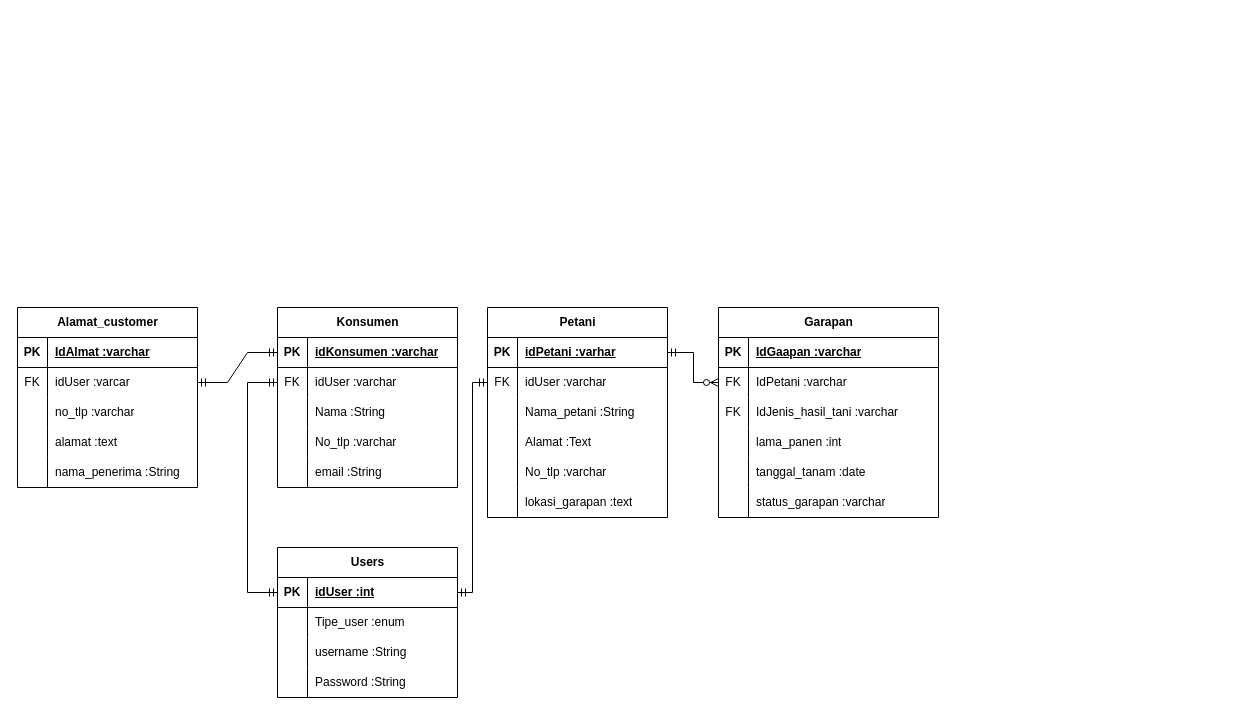
zzarr/Project3-design-diagram keeps this draw.io diagram as ERD.drawio. Above is the earlier version. Source tidied: cells renumbered, new cells numbered last; positions are measured from the earlier drawing's top-left corner, leaving out a move shared by most shapes. Both pictures are drawn from the tidied source at 100%, with x=0, y=0 at pixel (17, 287).
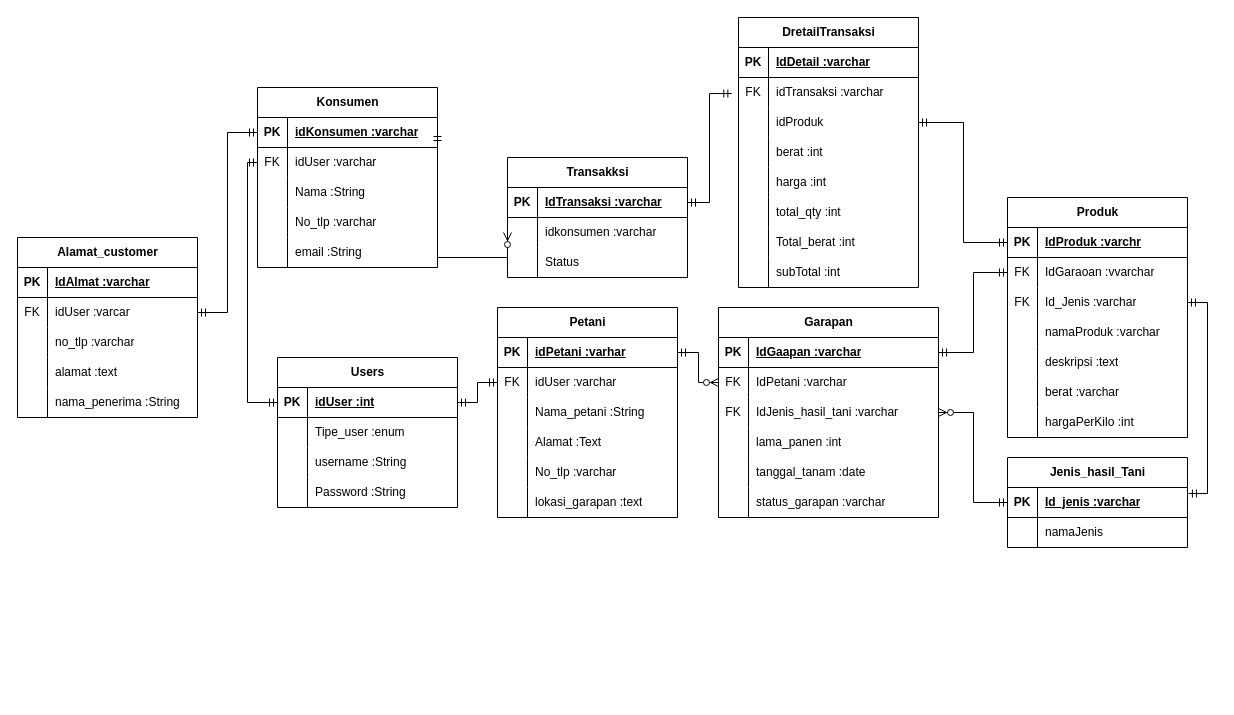
The same diagram, later.

Unchanged cells that the change refers to:
```xml
<mxCell id="35" style="shape=tableRow;horizontal=0;startSize=0;swimlaneHead=0;swimlaneBody=0;fillColor=none;points=[[0,0.5],[1,0.5]];portConstraint=eastwest;top=0;left=0;right=0;bottom=1;" parent="34" vertex="1">
  <mxGeometry y="30" width="180" height="30" as="geometry" />
</mxCell>
<mxCell id="54" style="shape=tableRow;horizontal=0;startSize=0;swimlaneHead=0;swimlaneBody=0;fillColor=none;points=[[0,0.5],[1,0.5]];portConstraint=eastwest;top=0;left=0;right=0;bottom=0;" parent="50" vertex="1">
  <mxGeometry y="60" width="180" height="30" as="geometry" />
</mxCell>
<mxCell id="70" style="shape=tableRow;horizontal=0;startSize=0;swimlaneHead=0;swimlaneBody=0;fillColor=none;points=[[0,0.5],[1,0.5]];portConstraint=eastwest;top=0;left=0;right=0;bottom=1;" parent="69" vertex="1">
  <mxGeometry y="30" width="220" height="30" as="geometry" />
</mxCell>
<mxCell id="76" style="shape=tableRow;horizontal=0;startSize=0;swimlaneHead=0;swimlaneBody=0;fillColor=none;points=[[0,0.5],[1,0.5]];portConstraint=eastwest;top=0;left=0;right=0;bottom=0;" parent="69" vertex="1">
  <mxGeometry y="90" width="220" height="30" as="geometry" />
</mxCell>
```

The edit, as a diff of the source:
```diff
@@
     <mxCell id="2" value="Users" style="shape=table;startSize=30;childLayout=tableLayout;rowLines=0;fontStyle=1;align=center;html=1;" parent="1" vertex="1">
-      <mxGeometry x="260" y="260" width="180" height="150" as="geometry" />
+      <mxGeometry x="260" y="70" width="180" height="150" as="geometry" />
     </mxCell>
@@
     <mxCell id="15" value="Petani" style="shape=table;startSize=30;childLayout=tableLayout;rowLines=0;fontStyle=1;align=center;html=1;" parent="1" vertex="1">
-      <mxGeometry x="470" y="20" width="180" height="210" as="geometry" />
+      <mxGeometry x="480" y="20" width="180" height="210" as="geometry" />
     </mxCell>
@@
     <mxCell id="34" value="Konsumen" style="shape=table;startSize=30;childLayout=tableLayout;rowLines=0;fontStyle=1;align=center;html=1;" parent="1" vertex="1">
-      <mxGeometry x="260" y="20" width="180" height="180" as="geometry" />
+      <mxGeometry x="240" y="-200" width="180" height="180" as="geometry" />
     </mxCell>
@@
     <mxCell id="50" value="Alamat_customer" style="shape=table;startSize=30;childLayout=tableLayout;rowLines=0;fontStyle=1;align=center;html=1;" parent="1" vertex="1">
-      <mxGeometry y="20" width="180" height="180" as="geometry" />
+      <mxGeometry y="-50" width="180" height="180" as="geometry" />
     </mxCell>
@@
-    <mxCell id="66" style="edgeStyle=entityRelationEdgeStyle;fontSize=12;html=1;endArrow=ERmandOne;startArrow=ERmandOne;rounded=0;exitX=1;exitY=0.5;exitDx=0;exitDy=0;entryX=0;entryY=0.5;entryDx=0;entryDy=0;" parent="1" edge="1" source="54" target="35">
+    <mxCell id="66" style="edgeStyle=elbowEdgeStyle;fontSize=12;html=1;endArrow=ERmandOne;startArrow=ERmandOne;rounded=0;exitX=1;exitY=0.5;exitDx=0;exitDy=0;entryX=0;entryY=0.5;entryDx=0;entryDy=0;" parent="1" edge="1" source="54" target="35">
       <mxGeometry relative="1" as="geometry" />
     </mxCell>
@@
+    <mxCell id="89" value="Jenis_hasil_Tani" style="shape=table;startSize=30;childLayout=tableLayout;rowLines=0;fontStyle=1;align=center;html=1;" parent="1" vertex="1">
+      <mxGeometry x="990" y="170" width="180" height="90" as="geometry" />
+    </mxCell>
+    <mxCell id="90" style="shape=tableRow;horizontal=0;startSize=0;swimlaneHead=0;swimlaneBody=0;fillColor=none;points=[[0,0.5],[1,0.5]];portConstraint=eastwest;top=0;left=0;right=0;bottom=1;" parent="89" vertex="1">
+      <mxGeometry y="30" width="180" height="30" as="geometry" />
+    </mxCell>
+    <mxCell id="91" value="PK" style="shape=partialRectangle;fillColor=none;top=0;left=0;bottom=0;right=0;fontStyle=1;overflow=hidden;whiteSpace=wrap;html=1;" parent="90" vertex="1">
+      <mxGeometry width="30" height="30" as="geometry" />
+    </mxCell>
+    <mxCell id="92" value="Id_jenis :varchar" style="shape=partialRectangle;fillColor=none;top=0;left=0;bottom=0;right=0;align=left;spacingLeft=6;fontStyle=5;overflow=hidden;whiteSpace=wrap;html=1;" parent="90" vertex="1">
+      <mxGeometry x="30" width="150" height="30" as="geometry" />
+    </mxCell>
+    <mxCell id="93" style="shape=tableRow;horizontal=0;startSize=0;swimlaneHead=0;swimlaneBody=0;fillColor=none;top=0;left=0;right=0;bottom=0;" parent="89" vertex="1">
+      <mxGeometry y="60" width="180" height="30" as="geometry" />
+    </mxCell>
+    <mxCell id="94" style="shape=partialRectangle;fillColor=none;top=0;left=0;bottom=0;right=0;overflow=hidden;whiteSpace=wrap;html=1;" parent="93" vertex="1">
+      <mxGeometry width="30" height="30" as="geometry" />
+    </mxCell>
+    <mxCell id="95" value="namaJenis" style="shape=partialRectangle;fillColor=none;top=0;left=0;bottom=0;right=0;align=left;spacingLeft=6;overflow=hidden;whiteSpace=wrap;html=1;" parent="93" vertex="1">
+      <mxGeometry x="30" width="150" height="30" as="geometry" />
+    </mxCell>
+    <mxCell id="96" style="edgeStyle=elbowEdgeStyle;fontSize=12;html=1;endArrow=ERzeroToMany;startArrow=ERmandOne;rounded=0;entryX=1;entryY=0.5;entryDx=0;entryDy=0;exitX=0;exitY=0.5;exitDx=0;exitDy=0;" parent="1" edge="1" source="90" target="76">
+      <mxGeometry relative="1" as="geometry" />
+    </mxCell>
+    <mxCell id="97" value="Produk" style="shape=table;startSize=30;childLayout=tableLayout;rowLines=0;fontStyle=1;align=center;html=1;" parent="1" vertex="1">
+      <mxGeometry x="990" y="-90" width="180" height="240" as="geometry" />
+    </mxCell>
+    <mxCell id="98" style="shape=tableRow;horizontal=0;startSize=0;swimlaneHead=0;swimlaneBody=0;fillColor=none;points=[[0,0.5],[1,0.5]];portConstraint=eastwest;top=0;left=0;right=0;bottom=1;" parent="97" vertex="1">
+      <mxGeometry y="30" width="180" height="30" as="geometry" />
+    </mxCell>
+    <mxCell id="99" value="PK" style="shape=partialRectangle;fillColor=none;top=0;left=0;bottom=0;right=0;fontStyle=1;overflow=hidden;whiteSpace=wrap;html=1;" parent="98" vertex="1">
+      <mxGeometry width="30" height="30" as="geometry" />
+    </mxCell>
+    <mxCell id="100" value="IdProduk :varchr" style="shape=partialRectangle;fillColor=none;top=0;left=0;bottom=0;right=0;align=left;spacingLeft=6;fontStyle=5;overflow=hidden;whiteSpace=wrap;html=1;" parent="98" vertex="1">
+      <mxGeometry x="30" width="150" height="30" as="geometry" />
+    </mxCell>
+    <mxCell id="101" style="shape=tableRow;horizontal=0;startSize=0;swimlaneHead=0;swimlaneBody=0;fillColor=none;points=[[0,0.5],[1,0.5]];portConstraint=eastwest;top=0;left=0;right=0;bottom=0;" parent="97" vertex="1">
+      <mxGeometry y="60" width="180" height="30" as="geometry" />
+    </mxCell>
+    <mxCell id="102" value="FK" style="shape=partialRectangle;fillColor=none;top=0;left=0;bottom=0;right=0;overflow=hidden;whiteSpace=wrap;html=1;" parent="101" vertex="1">
+      <mxGeometry width="30" height="30" as="geometry" />
+    </mxCell>
+    <mxCell id="103" value="IdGaraoan :vvarchar" style="shape=partialRectangle;fillColor=none;top=0;left=0;bottom=0;right=0;align=left;spacingLeft=6;overflow=hidden;whiteSpace=wrap;html=1;" parent="101" vertex="1">
+      <mxGeometry x="30" width="150" height="30" as="geometry" />
+    </mxCell>
+    <mxCell id="104" style="shape=tableRow;horizontal=0;startSize=0;swimlaneHead=0;swimlaneBody=0;fillColor=none;points=[[0,0.5],[1,0.5]];portConstraint=eastwest;top=0;left=0;right=0;bottom=0;" parent="97" vertex="1">
+      <mxGeometry y="90" width="180" height="30" as="geometry" />
+    </mxCell>
+    <mxCell id="105" value="FK" style="shape=partialRectangle;fillColor=none;top=0;left=0;bottom=0;right=0;overflow=hidden;whiteSpace=wrap;html=1;" parent="104" vertex="1">
+      <mxGeometry width="30" height="30" as="geometry" />
+    </mxCell>
+    <mxCell id="106" value="Id_Jenis :varchar" style="shape=partialRectangle;fillColor=none;top=0;left=0;bottom=0;right=0;align=left;spacingLeft=6;overflow=hidden;whiteSpace=wrap;html=1;" parent="104" vertex="1">
+      <mxGeometry x="30" width="150" height="30" as="geometry" />
+    </mxCell>
+    <mxCell id="107" style="shape=tableRow;horizontal=0;startSize=0;swimlaneHead=0;swimlaneBody=0;fillColor=none;top=0;left=0;right=0;bottom=0;" parent="97" vertex="1">
+      <mxGeometry y="120" width="180" height="30" as="geometry" />
+    </mxCell>
+    <mxCell id="108" style="shape=partialRectangle;fillColor=none;top=0;left=0;bottom=0;right=0;overflow=hidden;whiteSpace=wrap;html=1;" parent="107" vertex="1">
+      <mxGeometry width="30" height="30" as="geometry" />
+    </mxCell>
+    <mxCell id="109" value="namaProduk :varchar" style="shape=partialRectangle;fillColor=none;top=0;left=0;bottom=0;right=0;align=left;spacingLeft=6;overflow=hidden;whiteSpace=wrap;html=1;" parent="107" vertex="1">
+      <mxGeometry x="30" width="150" height="30" as="geometry" />
+    </mxCell>
+    <mxCell id="110" style="shape=tableRow;horizontal=0;startSize=0;swimlaneHead=0;swimlaneBody=0;fillColor=none;top=0;left=0;right=0;bottom=0;" parent="97" vertex="1">
+      <mxGeometry y="150" width="180" height="30" as="geometry" />
+    </mxCell>
+    <mxCell id="111" style="shape=partialRectangle;fillColor=none;top=0;left=0;bottom=0;right=0;overflow=hidden;whiteSpace=wrap;html=1;" parent="110" vertex="1">
+      <mxGeometry width="30" height="30" as="geometry" />
+    </mxCell>
+    <mxCell id="112" value="deskripsi :text" style="shape=partialRectangle;fillColor=none;top=0;left=0;bottom=0;right=0;align=left;spacingLeft=6;overflow=hidden;whiteSpace=wrap;html=1;" parent="110" vertex="1">
+      <mxGeometry x="30" width="150" height="30" as="geometry" />
+    </mxCell>
+    <mxCell id="113" style="shape=tableRow;horizontal=0;startSize=0;swimlaneHead=0;swimlaneBody=0;fillColor=none;top=0;left=0;right=0;bottom=0;" parent="97" vertex="1">
+      <mxGeometry y="180" width="180" height="30" as="geometry" />
+    </mxCell>
+    <mxCell id="114" style="shape=partialRectangle;fillColor=none;top=0;left=0;bottom=0;right=0;overflow=hidden;whiteSpace=wrap;html=1;" parent="113" vertex="1">
+      <mxGeometry width="30" height="30" as="geometry" />
+    </mxCell>
+    <mxCell id="115" value="berat :varchar" style="shape=partialRectangle;fillColor=none;top=0;left=0;bottom=0;right=0;align=left;spacingLeft=6;overflow=hidden;whiteSpace=wrap;html=1;" parent="113" vertex="1">
+      <mxGeometry x="30" width="150" height="30" as="geometry" />
+    </mxCell>
+    <mxCell id="116" style="shape=tableRow;horizontal=0;startSize=0;swimlaneHead=0;swimlaneBody=0;fillColor=none;top=0;left=0;right=0;bottom=0;" parent="97" vertex="1">
+      <mxGeometry y="210" width="180" height="30" as="geometry" />
+    </mxCell>
+    <mxCell id="117" style="shape=partialRectangle;fillColor=none;top=0;left=0;bottom=0;right=0;overflow=hidden;whiteSpace=wrap;html=1;" parent="116" vertex="1">
+      <mxGeometry width="30" height="30" as="geometry" />
+    </mxCell>
+    <mxCell id="118" value="hargaPerKilo :int" style="shape=partialRectangle;fillColor=none;top=0;left=0;bottom=0;right=0;align=left;spacingLeft=6;overflow=hidden;whiteSpace=wrap;html=1;" parent="116" vertex="1">
+      <mxGeometry x="30" width="150" height="30" as="geometry" />
+    </mxCell>
+    <mxCell id="119" style="edgeStyle=elbowEdgeStyle;fontSize=12;html=1;endArrow=ERmandOne;startArrow=ERmandOne;rounded=0;entryX=0;entryY=0.5;entryDx=0;entryDy=0;exitX=1;exitY=0.5;exitDx=0;exitDy=0;" parent="1" edge="1" source="70" target="101">
+      <mxGeometry relative="1" as="geometry" />
+    </mxCell>
+    <mxCell id="120" style="edgeStyle=elbowEdgeStyle;fontSize=12;html=1;endArrow=ERmandOne;startArrow=ERmandOne;rounded=0;entryX=1;entryY=0.5;entryDx=0;entryDy=0;exitX=1.005;exitY=0.202;exitDx=0;exitDy=0;exitPerimeter=0;" parent="1" edge="1" source="90" target="104">
+      <mxGeometry relative="1" as="geometry">
+        <Array as="points">
+          <mxPoint x="1190" y="110" />
+        </Array>
+      </mxGeometry>
+    </mxCell>
+    <mxCell id="121" value="Transakksi" style="shape=table;startSize=30;childLayout=tableLayout;rowLines=0;fontStyle=1;align=center;html=1;" parent="1" vertex="1">
+      <mxGeometry x="490" y="-130" width="180" height="120" as="geometry" />
+    </mxCell>
+    <mxCell id="122" style="shape=tableRow;horizontal=0;startSize=0;swimlaneHead=0;swimlaneBody=0;fillColor=none;points=[[0,0.5],[1,0.5]];portConstraint=eastwest;top=0;left=0;right=0;bottom=1;" parent="121" vertex="1">
+      <mxGeometry y="30" width="180" height="30" as="geometry" />
+    </mxCell>
+    <mxCell id="123" value="PK" style="shape=partialRectangle;fillColor=none;top=0;left=0;bottom=0;right=0;fontStyle=1;overflow=hidden;whiteSpace=wrap;html=1;" parent="122" vertex="1">
+      <mxGeometry width="30" height="30" as="geometry" />
+    </mxCell>
+    <mxCell id="124" value="IdTransaksi :varchar" style="shape=partialRectangle;fillColor=none;top=0;left=0;bottom=0;right=0;align=left;spacingLeft=6;fontStyle=5;overflow=hidden;whiteSpace=wrap;html=1;" parent="122" vertex="1">
+      <mxGeometry x="30" width="150" height="30" as="geometry" />
+    </mxCell>
+    <mxCell id="125" style="shape=tableRow;horizontal=0;startSize=0;swimlaneHead=0;swimlaneBody=0;fillColor=none;points=[[0,0.5],[1,0.5]];portConstraint=eastwest;top=0;left=0;right=0;bottom=0;" parent="121" vertex="1">
+      <mxGeometry y="60" width="180" height="30" as="geometry" />
+    </mxCell>
+    <mxCell id="126" style="shape=partialRectangle;fillColor=none;top=0;left=0;bottom=0;right=0;overflow=hidden;whiteSpace=wrap;html=1;" parent="125" vertex="1">
+      <mxGeometry width="30" height="30" as="geometry" />
+    </mxCell>
+    <mxCell id="127" value="idkonsumen :varchar" style="shape=partialRectangle;fillColor=none;top=0;left=0;bottom=0;right=0;align=left;spacingLeft=6;overflow=hidden;whiteSpace=wrap;html=1;" parent="125" vertex="1">
+      <mxGeometry x="30" width="150" height="30" as="geometry" />
+    </mxCell>
+    <mxCell id="128" style="shape=tableRow;horizontal=0;startSize=0;swimlaneHead=0;swimlaneBody=0;fillColor=none;top=0;left=0;right=0;bottom=0;" parent="121" vertex="1">
+      <mxGeometry y="90" width="180" height="30" as="geometry" />
+    </mxCell>
+    <mxCell id="129" style="shape=partialRectangle;fillColor=none;top=0;left=0;bottom=0;right=0;overflow=hidden;whiteSpace=wrap;html=1;" parent="128" vertex="1">
+      <mxGeometry width="30" height="30" as="geometry" />
+    </mxCell>
+    <mxCell id="130" value="Status" style="shape=partialRectangle;fillColor=none;top=0;left=0;bottom=0;right=0;align=left;spacingLeft=6;overflow=hidden;whiteSpace=wrap;html=1;" parent="128" vertex="1">
+      <mxGeometry x="30" width="150" height="30" as="geometry" />
+    </mxCell>
+    <mxCell id="131" style="edgeStyle=elbowEdgeStyle;fontSize=12;html=1;endArrow=ERzeroToMany;startArrow=ERmandOne;rounded=0;entryX=0;entryY=0.5;entryDx=0;entryDy=0;exitX=1;exitY=0.5;exitDx=0;exitDy=0;" parent="1" edge="1" source="35" target="125">
+      <mxGeometry relative="1" as="geometry">
+        <Array as="points">
+          <mxPoint x="460" y="-30" />
+        </Array>
+      </mxGeometry>
+    </mxCell>
+    <mxCell id="132" value="DretailTransaksi" style="shape=table;startSize=30;childLayout=tableLayout;rowLines=0;fontStyle=1;align=center;html=1;" parent="1" vertex="1">
+      <mxGeometry x="721" y="-270" width="180" height="270" as="geometry" />
+    </mxCell>
+    <mxCell id="133" style="shape=tableRow;horizontal=0;startSize=0;swimlaneHead=0;swimlaneBody=0;fillColor=none;top=0;left=0;right=0;bottom=1;" parent="132" vertex="1">
+      <mxGeometry y="30" width="180" height="30" as="geometry" />
+    </mxCell>
+    <mxCell id="134" value="PK" style="shape=partialRectangle;fillColor=none;top=0;left=0;bottom=0;right=0;fontStyle=1;overflow=hidden;whiteSpace=wrap;html=1;" parent="133" vertex="1">
+      <mxGeometry width="30" height="30" as="geometry" />
+    </mxCell>
+    <mxCell id="135" value="IdDetail :varchar" style="shape=partialRectangle;fillColor=none;top=0;left=0;bottom=0;right=0;align=left;spacingLeft=6;fontStyle=5;overflow=hidden;whiteSpace=wrap;html=1;" parent="133" vertex="1">
+      <mxGeometry x="30" width="150" height="30" as="geometry" />
+    </mxCell>
+    <mxCell id="136" style="shape=tableRow;horizontal=0;startSize=0;swimlaneHead=0;swimlaneBody=0;fillColor=none;points=[[0,0.5],[1,0.5]];portConstraint=eastwest;top=0;left=0;right=0;bottom=0;" parent="132" vertex="1">
+      <mxGeometry y="60" width="180" height="30" as="geometry" />
+    </mxCell>
+    <mxCell id="137" value="FK" style="shape=partialRectangle;fillColor=none;top=0;left=0;bottom=0;right=0;overflow=hidden;whiteSpace=wrap;html=1;" parent="136" vertex="1">
+      <mxGeometry width="30" height="30" as="geometry" />
+    </mxCell>
+    <mxCell id="138" value="idTransaksi :varchar" style="shape=partialRectangle;fillColor=none;top=0;left=0;bottom=0;right=0;align=left;spacingLeft=6;overflow=hidden;whiteSpace=wrap;html=1;" parent="136" vertex="1">
+      <mxGeometry x="30" width="150" height="30" as="geometry" />
+    </mxCell>
+    <mxCell id="139" style="shape=tableRow;horizontal=0;startSize=0;swimlaneHead=0;swimlaneBody=0;fillColor=none;points=[[0,0.5],[1,0.5]];portConstraint=eastwest;top=0;left=0;right=0;bottom=0;" parent="132" vertex="1">
+      <mxGeometry y="90" width="180" height="30" as="geometry" />
+    </mxCell>
+    <mxCell id="140" style="shape=partialRectangle;fillColor=none;top=0;left=0;bottom=0;right=0;overflow=hidden;whiteSpace=wrap;html=1;" parent="139" vertex="1">
+      <mxGeometry width="30" height="30" as="geometry" />
+    </mxCell>
+    <mxCell id="141" value="idProduk" style="shape=partialRectangle;fillColor=none;top=0;left=0;bottom=0;right=0;align=left;spacingLeft=6;overflow=hidden;whiteSpace=wrap;html=1;" parent="139" vertex="1">
+      <mxGeometry x="30" width="150" height="30" as="geometry" />
+    </mxCell>
+    <mxCell id="142" style="shape=tableRow;horizontal=0;startSize=0;swimlaneHead=0;swimlaneBody=0;fillColor=none;top=0;left=0;right=0;bottom=0;" parent="132" vertex="1">
+      <mxGeometry y="120" width="180" height="30" as="geometry" />
+    </mxCell>
+    <mxCell id="143" style="shape=partialRectangle;fillColor=none;top=0;left=0;bottom=0;right=0;overflow=hidden;whiteSpace=wrap;html=1;" parent="142" vertex="1">
+      <mxGeometry width="30" height="30" as="geometry" />
+    </mxCell>
+    <mxCell id="144" value="berat :int" style="shape=partialRectangle;fillColor=none;top=0;left=0;bottom=0;right=0;align=left;spacingLeft=6;overflow=hidden;whiteSpace=wrap;html=1;" parent="142" vertex="1">
+      <mxGeometry x="30" width="150" height="30" as="geometry" />
+    </mxCell>
+    <mxCell id="145" style="shape=tableRow;horizontal=0;startSize=0;swimlaneHead=0;swimlaneBody=0;fillColor=none;top=0;left=0;right=0;bottom=0;" parent="132" vertex="1">
+      <mxGeometry y="150" width="180" height="30" as="geometry" />
+    </mxCell>
+    <mxCell id="146" style="shape=partialRectangle;fillColor=none;top=0;left=0;bottom=0;right=0;overflow=hidden;whiteSpace=wrap;html=1;" parent="145" vertex="1">
+      <mxGeometry width="30" height="30" as="geometry" />
+    </mxCell>
+    <mxCell id="147" value="harga :int" style="shape=partialRectangle;fillColor=none;top=0;left=0;bottom=0;right=0;align=left;spacingLeft=6;overflow=hidden;whiteSpace=wrap;html=1;" parent="145" vertex="1">
+      <mxGeometry x="30" width="150" height="30" as="geometry" />
+    </mxCell>
+    <mxCell id="148" style="shape=tableRow;horizontal=0;startSize=0;swimlaneHead=0;swimlaneBody=0;fillColor=none;top=0;left=0;right=0;bottom=0;" parent="132" vertex="1">
+      <mxGeometry y="180" width="180" height="30" as="geometry" />
+    </mxCell>
+    <mxCell id="149" style="shape=partialRectangle;fillColor=none;top=0;left=0;bottom=0;right=0;overflow=hidden;whiteSpace=wrap;html=1;" parent="148" vertex="1">
+      <mxGeometry width="30" height="30" as="geometry" />
+    </mxCell>
+    <mxCell id="150" value="total_qty :int" style="shape=partialRectangle;fillColor=none;top=0;left=0;bottom=0;right=0;align=left;spacingLeft=6;overflow=hidden;whiteSpace=wrap;html=1;" parent="148" vertex="1">
+      <mxGeometry x="30" width="150" height="30" as="geometry" />
+    </mxCell>
+    <mxCell id="151" style="shape=tableRow;horizontal=0;startSize=0;swimlaneHead=0;swimlaneBody=0;fillColor=none;top=0;left=0;right=0;bottom=0;" parent="132" vertex="1">
+      <mxGeometry y="210" width="180" height="30" as="geometry" />
+    </mxCell>
+    <mxCell id="152" style="shape=partialRectangle;fillColor=none;top=0;left=0;bottom=0;right=0;overflow=hidden;whiteSpace=wrap;html=1;" parent="151" vertex="1">
+      <mxGeometry width="30" height="30" as="geometry" />
+    </mxCell>
+    <mxCell id="153" value="Total_berat :int" style="shape=partialRectangle;fillColor=none;top=0;left=0;bottom=0;right=0;align=left;spacingLeft=6;overflow=hidden;whiteSpace=wrap;html=1;" parent="151" vertex="1">
+      <mxGeometry x="30" width="150" height="30" as="geometry" />
+    </mxCell>
+    <mxCell id="154" style="shape=tableRow;horizontal=0;startSize=0;swimlaneHead=0;swimlaneBody=0;fillColor=none;top=0;left=0;right=0;bottom=0;" parent="132" vertex="1">
+      <mxGeometry y="240" width="180" height="30" as="geometry" />
+    </mxCell>
+    <mxCell id="155" style="shape=partialRectangle;fillColor=none;top=0;left=0;bottom=0;right=0;overflow=hidden;whiteSpace=wrap;html=1;" parent="154" vertex="1">
+      <mxGeometry width="30" height="30" as="geometry" />
+    </mxCell>
+    <mxCell id="156" value="subTotal :int" style="shape=partialRectangle;fillColor=none;top=0;left=0;bottom=0;right=0;align=left;spacingLeft=6;overflow=hidden;whiteSpace=wrap;html=1;" parent="154" vertex="1">
+      <mxGeometry x="30" width="150" height="30" as="geometry" />
+    </mxCell>
+    <mxCell id="157" style="edgeStyle=elbowEdgeStyle;fontSize=12;html=1;endArrow=ERmandOne;startArrow=ERmandOne;rounded=0;entryX=-0.037;entryY=0.535;entryDx=0;entryDy=0;entryPerimeter=0;exitX=1;exitY=0.5;exitDx=0;exitDy=0;" parent="1" edge="1" source="122" target="136">
+      <mxGeometry relative="1" as="geometry" />
+    </mxCell>
+    <mxCell id="158" style="edgeStyle=elbowEdgeStyle;fontSize=12;html=1;endArrow=ERmandOne;startArrow=ERmandOne;rounded=0;entryX=1;entryY=0.5;entryDx=0;entryDy=0;exitX=0;exitY=0.5;exitDx=0;exitDy=0;" parent="1" edge="1" source="98" target="139">
+      <mxGeometry relative="1" as="geometry" />
+    </mxCell>
```
